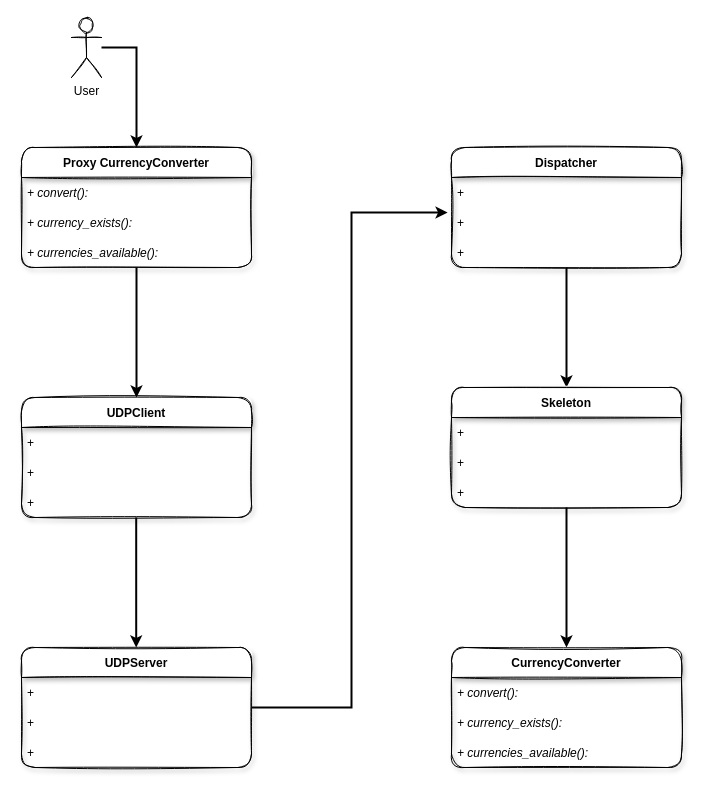
Above: docs/WeatherForecast Diagram.drawio in joaocarvoli-university/distribuited-systems (draw.io), before the change. Source tidied: cells renumbered, new cells numbered last; positions are measured from the earlier drawing's top-left corner, leaving out a move shared by most shapes. Both pictures are drawn from the tidied source at 100%, with x=0, y=0 at pixel (21, 17).
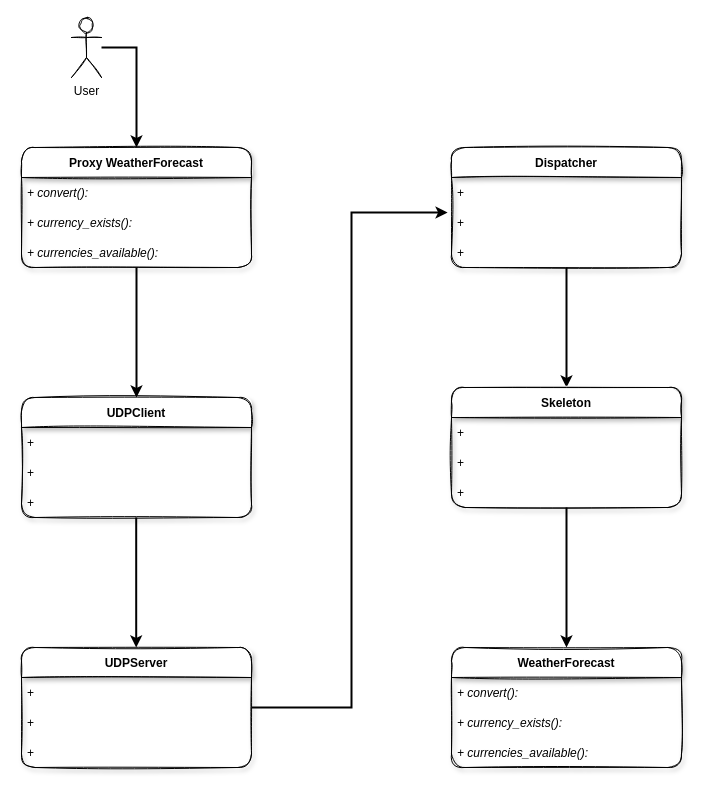
The same page after the edit.

Change to the diagram source:
```diff
@@
-    <mxCell id="3" value="Proxy CurrencyConverter" style="swimlane;fontStyle=1;horizontal=1;startSize=30;shadow=1;rounded=1;sketch=1;" parent="1" vertex="1">
+    <mxCell id="3" value="Proxy WeatherForecast" style="swimlane;fontStyle=1;horizontal=1;startSize=30;shadow=1;rounded=1;sketch=1;" parent="1" vertex="1">
       <mxGeometry y="130" width="230" height="120" as="geometry" />
     </mxCell>
@@
-    <mxCell id="29" value="CurrencyConverter" style="swimlane;fontStyle=1;horizontal=1;startSize=30;rounded=1;shadow=1;sketch=1;" parent="1" vertex="1">
+    <mxCell id="29" value="WeatherForecast" style="swimlane;fontStyle=1;horizontal=1;startSize=30;rounded=1;shadow=1;sketch=1;" parent="1" vertex="1">
       <mxGeometry x="430" y="630" width="230" height="120" as="geometry" />
     </mxCell>
```
